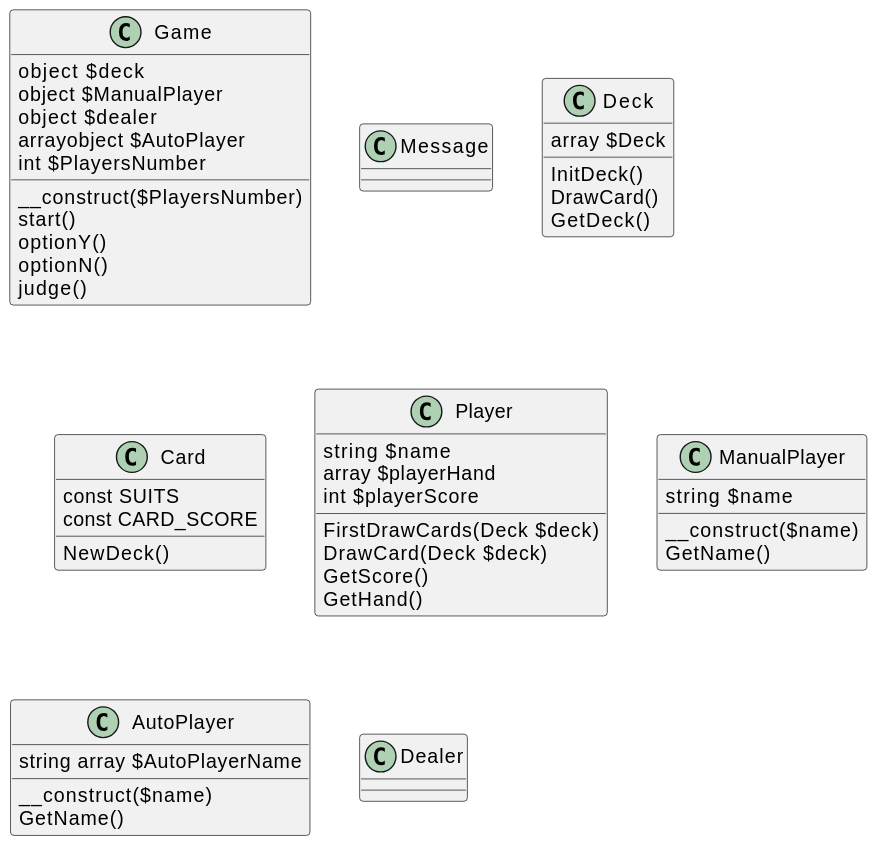
Above: out/src/PlantUML/BlackJackClassCase/Blackjack.svg in RohanKid/BlackJack (PlantUML), before the change.
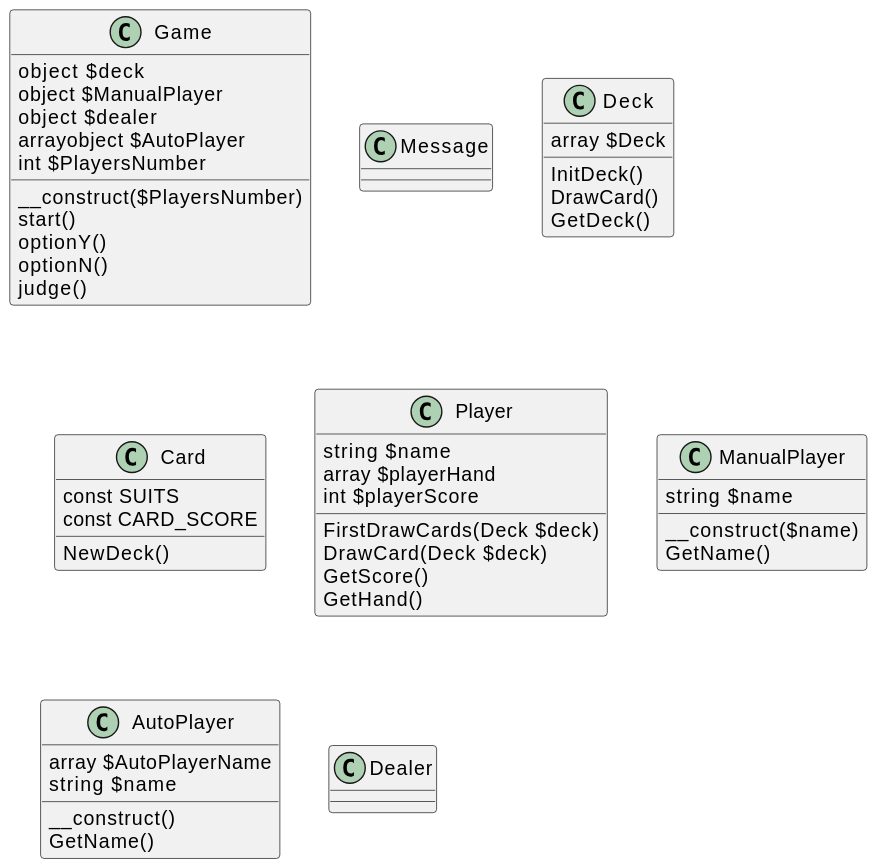
Above is the later version.

Commit message:
UML修正　人数を可変にする機能追加

The edit, as a diff of the source:
```diff
@@ -43,8 +43,9 @@
 
 }
 class AutoPlayer {
-  string array $AutoPlayerName
-  __construct($name)
+  array $AutoPlayerName
+  string $name
+  __construct()
   GetName()
 
 }
```
